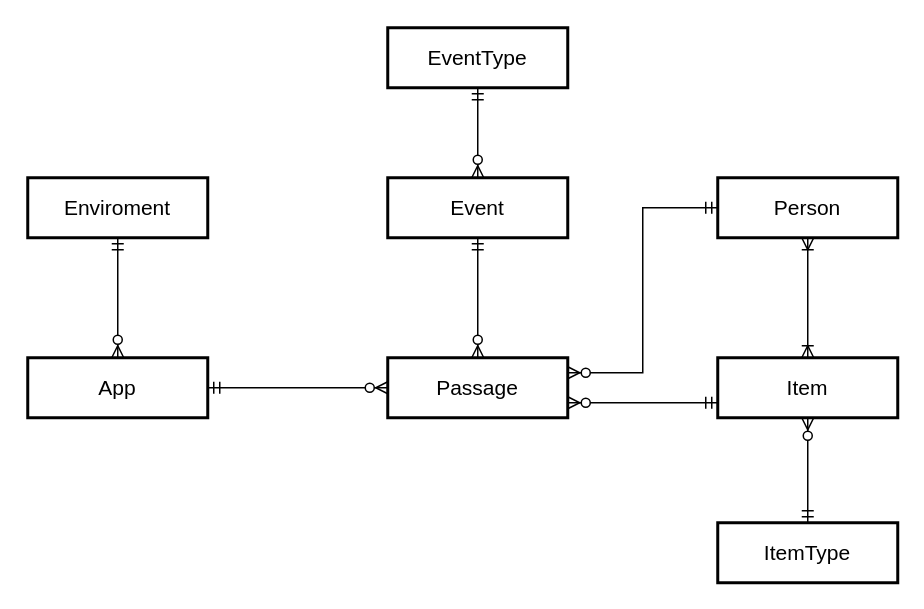
Before: page "ER" (1 of 2) of documentation/models/db_model.drawio in apm1005/TFG, a draw.io diagram. Source tidied: cells renumbered, new cells numbered last; positions are measured from the earlier drawing's top-left corner, leaving out a move shared by most shapes. Both pictures are drawn from the tidied source at 150%, with x=0, y=0 at pixel (27, 27).
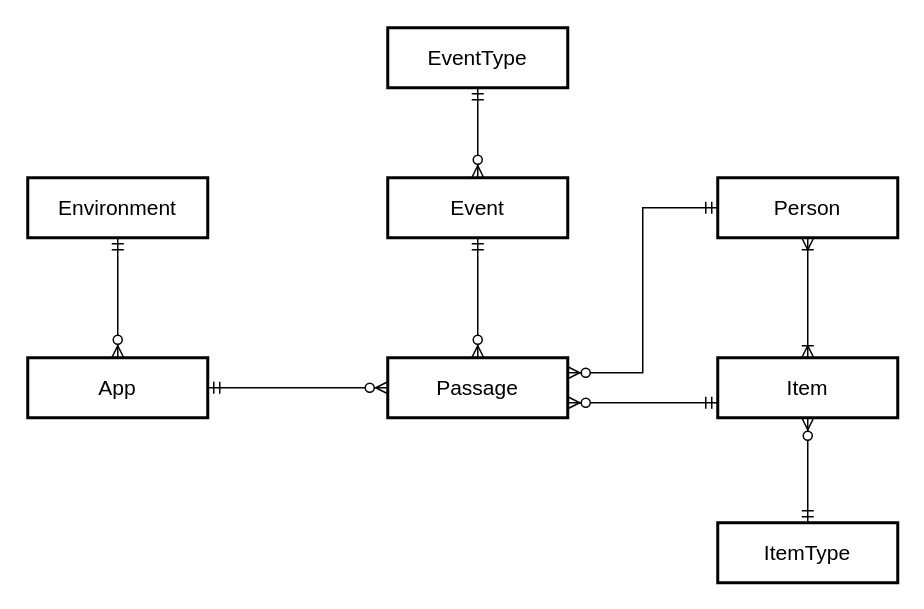
The same diagram, later.

What changed in the source:
```diff
@@
-    <mxCell id="22" value="Enviroment" style="strokeWidth=2;whiteSpace=wrap;html=1;align=center;fontSize=14;" parent="1" vertex="1">
+    <mxCell id="22" value="Environment" style="strokeWidth=2;whiteSpace=wrap;html=1;align=center;fontSize=14;" parent="1" vertex="1">
       <mxGeometry y="100" width="120" height="40" as="geometry" />
     </mxCell>
```
